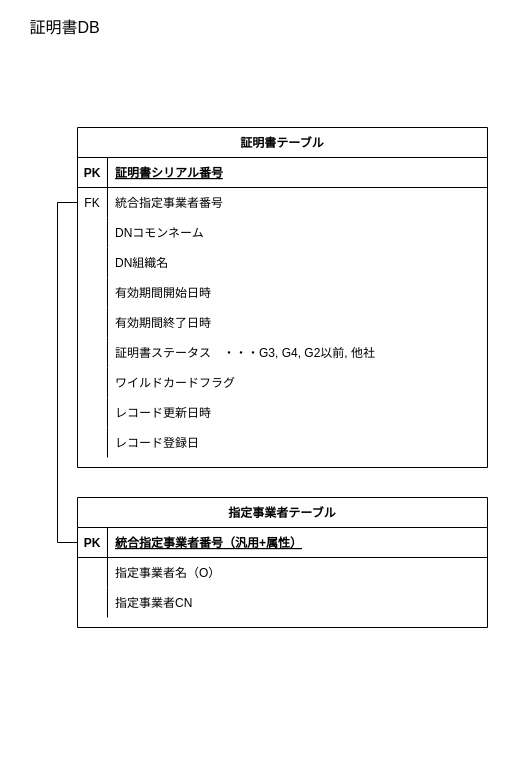
This is page "ER図" (3 of 6) of UMLDiagram.drawio from r-asano/kaihatsubuKenshu, a draw.io file, before an edit. Source tidied: cells renumbered, new cells numbered last; positions are measured from the earlier drawing's top-left corner, leaving out a move shared by most shapes. Both pictures are drawn from the tidied source at 100%, with x=0, y=0 at pixel (17, 17).
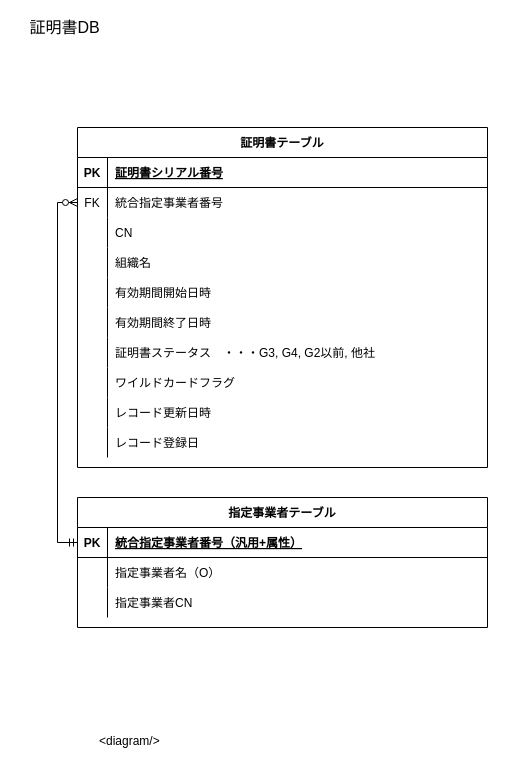
The same page after the edit.

Commit message:
ER図をIE記法に書き換え

Unchanged cells that the change refers to:
```xml
<mxCell id="6" style="shape=partialRectangle;fillColor=none;points=[[0,0.5],[1,0.5]];portConstraint=eastwest;top=0;left=0;right=0;bottom=0;" parent="2" vertex="1">
  <mxGeometry y="60" width="410" height="30" as="geometry" />
</mxCell>
<mxCell id="9" style="shape=partialRectangle;fillColor=none;top=0;left=0;right=0;bottom=0;" parent="2" vertex="1">
  <mxGeometry y="90" width="410" height="30" as="geometry" />
</mxCell>
<mxCell id="12" style="shape=partialRectangle;fillColor=none;top=0;left=0;right=0;bottom=0;" parent="2" vertex="1">
  <mxGeometry y="120" width="410" height="30" as="geometry" />
</mxCell>
<mxCell id="35" style="shape=partialRectangle;fillColor=none;points=[[0,0.5],[1,0.5]];portConstraint=eastwest;top=0;left=0;right=0;bottom=1;" parent="34" vertex="1">
  <mxGeometry y="30" width="410" height="30" as="geometry" />
</mxCell>
```

What changed in the source:
```diff
@@
-    <mxCell id="11" value="DNコモンネーム" style="shape=partialRectangle;overflow=hidden;fillColor=none;top=0;left=0;bottom=0;right=0;align=left;spacingLeft=6;" parent="9" vertex="1">
+    <mxCell id="11" value="CN" style="shape=partialRectangle;overflow=hidden;fillColor=none;top=0;left=0;bottom=0;right=0;align=left;spacingLeft=6;" parent="9" vertex="1">
       <mxGeometry x="30" width="380" height="30" as="geometry" />
     </mxCell>
@@
-    <mxCell id="14" value="DN組織名" style="shape=partialRectangle;overflow=hidden;fillColor=none;top=0;left=0;bottom=0;right=0;align=left;spacingLeft=6;" parent="12" vertex="1">
+    <mxCell id="14" value="組織名" style="shape=partialRectangle;overflow=hidden;fillColor=none;top=0;left=0;bottom=0;right=0;align=left;spacingLeft=6;" parent="12" vertex="1">
       <mxGeometry x="30" width="380" height="30" as="geometry" />
     </mxCell>
@@
-    <mxCell id="44" style="edgeStyle=orthogonalEdgeStyle;rounded=0;jumpStyle=arc;jettySize=auto;html=1;exitX=0;exitY=0.5;exitDx=0;exitDy=0;entryX=0;entryY=0.5;entryDx=0;entryDy=0;endArrow=none;endFill=0;" parent="1" edge="1" source="6" target="35">
+    <mxCell id="44" style="edgeStyle=orthogonalEdgeStyle;rounded=0;jumpStyle=arc;jettySize=auto;html=1;exitX=0;exitY=0.5;exitDx=0;exitDy=0;entryX=0;entryY=0.5;entryDx=0;entryDy=0;endArrow=ERmandOne;endFill=0;startArrow=ERzeroToMany;startFill=1;" parent="1" edge="1" source="6" target="35">
       <mxGeometry relative="1" as="geometry" />
     </mxCell>
+    <mxCell id="45" value="&amp;lt;diagram/&amp;gt;" style="text;whiteSpace=wrap;html=1;" parent="1" vertex="1">
+      <mxGeometry x="80" y="710" width="90" height="30" as="geometry" />
+    </mxCell>
```
